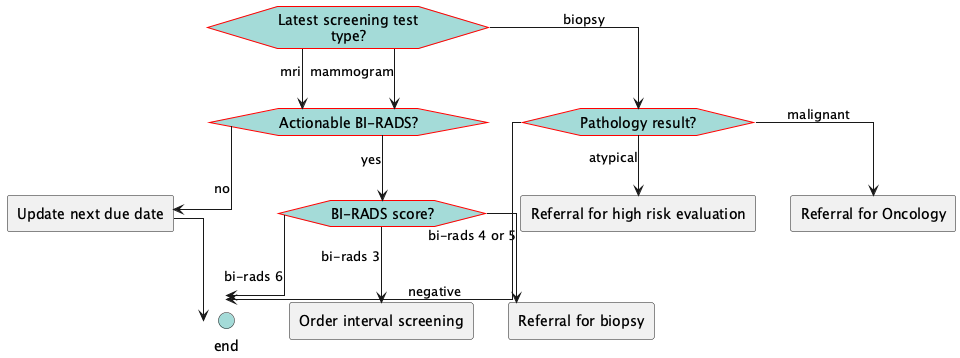
Before: images/flow-FollowupScreeningResult.png, a diagram exported from PlantUML (ccsm-cds-tools/CDC-Breast-Cancer-Screening-CDS-L2).
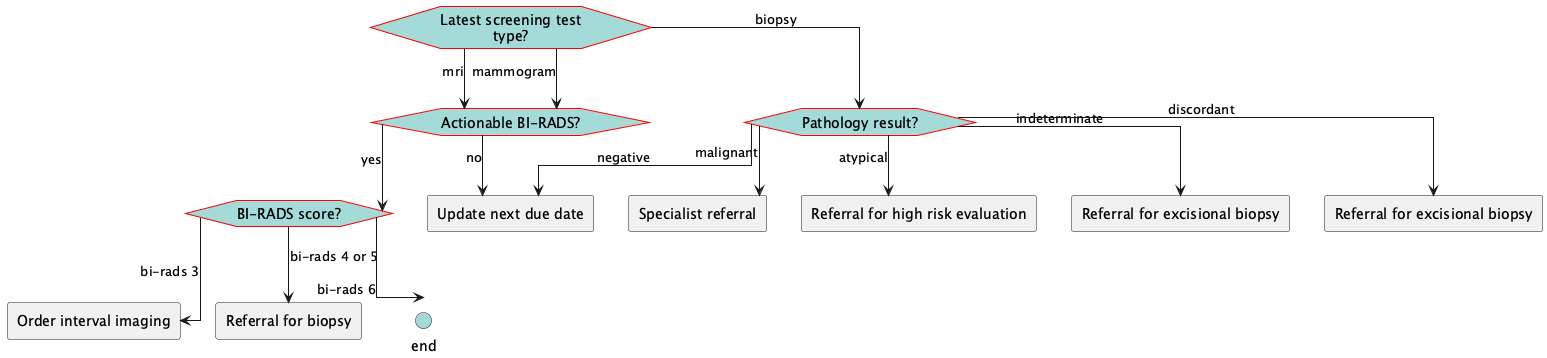
Above is the later version.

Diff of the diagram source:
```diff
@@ -19,17 +19,18 @@
 </style>
 hexagon "Latest screening test type?" as eve_latesttesttype [[#eve-latesttesttype]]
 hexagon "Actionable BI-RADS?" as eve_actionablebirads [[#eve-actionablebirads]]
-rectangle "Update next due date" as act_updateduedate [[#act-updateduedate]]
 hexagon "BI-RADS score?" as eve_biradsscore [[#eve-biradsscore]]
 hexagon "Pathology result?" as eve_biopsyresult [[#eve-biopsyresult]]
+rectangle "Update next due date" as act_updateduedate [[#act-updateduedate]]
+rectangle "Order interval imaging" as act_intervalscreen [[#act-intervalscreen]]
+rectangle "Referral for biopsy" as act_biopsy [[#act-biopsy]]
 circle "end" as end_followup <<end>>
-rectangle "Order interval screening" as act_intervalscreen [[#act-intervalscreen]]
-rectangle "Referral for biopsy" as act_biopsy [[#act-biopsy]]
-rectangle "Referral for Oncology" as act_oncreferral [[#act-oncreferral]]
+rectangle "Specialist referral" as act_oncreferral [[#act-oncreferral]]
 rectangle "Referral for high risk evaluation" as act_highriskreferral [[#act-highriskreferral]]
+rectangle "Referral for excisional biopsy " as act_indeterminatebiopsy [[#act-indeterminatebiopsy]]
+rectangle "Referral for excisional biopsy " as act_discordantbiopsy [[#act-discordantbiopsy]]
 eve_latesttesttype-->eve_actionablebirads: mammogram
 eve_actionablebirads-->act_updateduedate: no
-act_updateduedate-->end_followup
 eve_actionablebirads-->eve_biradsscore: yes
 eve_biradsscore-->act_intervalscreen: bi-rads 3
 eve_biradsscore-->act_biopsy: bi-rads 4 or 5
@@ -38,5 +39,7 @@
 eve_latesttesttype-->eve_biopsyresult: biopsy
 eve_biopsyresult-->act_oncreferral: malignant
 eve_biopsyresult-->act_highriskreferral: atypical
-eve_biopsyresult-->end_followup: negative
+eve_biopsyresult-->act_indeterminatebiopsy: indeterminate
+eve_biopsyresult-->act_discordantbiopsy: discordant
+eve_biopsyresult-->act_updateduedate: negative
 @enduml
```
